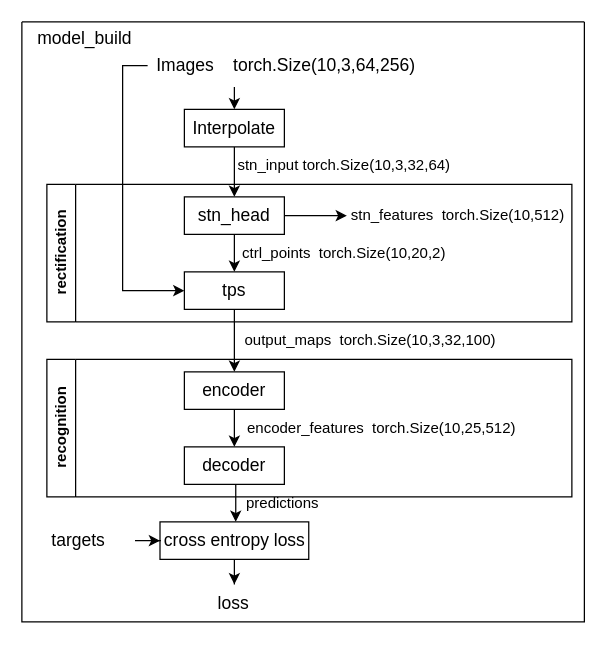
Dong-J93/_pictures keeps this draw.io diagram as thesis_buildmodels.drawio. Above is the earlier version. Source tidied: cells renumbered, new cells numbered last; positions are measured from the earlier drawing's top-left corner, leaving out a move shared by most shapes. Both pictures are drawn from the tidied source at 125%, with x=0, y=0 at pixel (21, 21).
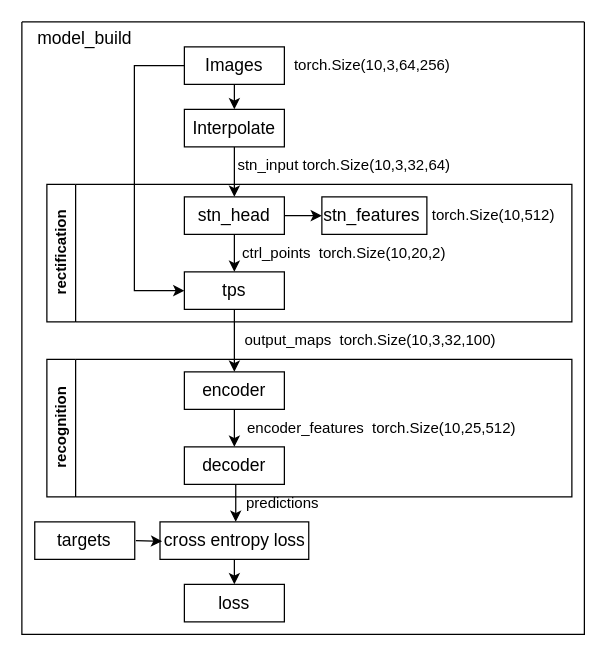
The same page after the edit.

Unchanged cells that the change refers to:
```xml
<mxCell id="5" value="&lt;font style=&quot;font-size: 14px;&quot;&gt;Interpolate&lt;/font&gt;" style="rounded=0;whiteSpace=wrap;html=1;" parent="1" vertex="1">
  <mxGeometry x="130" y="70" width="80" height="30" as="geometry" />
</mxCell>
<mxCell id="8" value="&lt;font style=&quot;font-size: 14px;&quot;&gt;stn_head&lt;/font&gt;" style="whiteSpace=wrap;html=1;rounded=0;" parent="1" vertex="1">
  <mxGeometry x="130" y="140" width="80" height="30" as="geometry" />
</mxCell>
<mxCell id="11" value="&lt;font style=&quot;font-size: 14px;&quot;&gt;tps&lt;/font&gt;" style="whiteSpace=wrap;html=1;rounded=0;" parent="1" vertex="1">
  <mxGeometry x="130" y="200" width="80" height="30" as="geometry" />
</mxCell>
<mxCell id="23" value="&lt;font style=&quot;font-size: 14px;&quot;&gt;cross entropy loss&lt;/font&gt;" style="whiteSpace=wrap;html=1;rounded=0;" parent="13" vertex="1">
  <mxGeometry x="110.5" y="400" width="119" height="30" as="geometry" />
</mxCell>
<mxCell id="30" value="rectification" style="swimlane;horizontal=0;whiteSpace=wrap;html=1;" parent="13" vertex="1">
  <mxGeometry x="20" y="130" width="420" height="110" as="geometry" />
</mxCell>
```

What changed in the source:
```diff
@@
-    <mxCell id="2" style="edgeStyle=orthogonalEdgeStyle;rounded=0;jettySize=auto;html=1;entryX=0.5;entryY=0;entryDx=0;entryDy=0;" parent="1" edge="1" target="5">
-      <mxGeometry relative="1" as="geometry">
-        <mxPoint x="170" y="52" as="sourcePoint" />
-        <Array as="points">
-          <mxPoint x="170" y="52" />
-        </Array>
-      </mxGeometry>
+    <mxCell id="2" style="edgeStyle=orthogonalEdgeStyle;rounded=0;jettySize=auto;html=1;entryX=0.5;entryY=0;entryDx=0;entryDy=0;exitX=0.5;exitY=1;exitDx=0;exitDy=0;" parent="1" edge="1" source="33" target="5">
+      <mxGeometry relative="1" as="geometry" />
     </mxCell>
-    <mxCell id="3" style="edgeStyle=orthogonalEdgeStyle;rounded=0;jettySize=auto;html=1;exitX=0;exitY=0.5;exitDx=0;exitDy=0;entryX=0;entryY=0.5;entryDx=0;entryDy=0;" parent="1" edge="1" source="16" target="11">
-      <mxGeometry relative="1" as="geometry" />
+    <mxCell id="3" style="edgeStyle=orthogonalEdgeStyle;rounded=0;jettySize=auto;html=1;exitX=0;exitY=0.5;exitDx=0;exitDy=0;entryX=0;entryY=0.5;entryDx=0;entryDy=0;" parent="1" edge="1" source="33" target="11">
+      <mxGeometry relative="1" as="geometry">
+        <Array as="points">
+          <mxPoint x="90" y="35" />
+          <mxPoint x="90" y="215" />
+        </Array>
+      </mxGeometry>
     </mxCell>
@@
-    <mxCell id="6" style="edgeStyle=orthogonalEdgeStyle;rounded=0;jettySize=auto;html=1;" parent="1" edge="1" source="8">
-      <mxGeometry relative="1" as="geometry">
-        <mxPoint x="260" y="155" as="targetPoint" />
-      </mxGeometry>
-    </mxCell>
@@
+    <mxCell id="31" style="edgeStyle=orthogonalEdgeStyle;rounded=0;jettySize=auto;html=1;" parent="1" edge="1" source="8" target="32">
+      <mxGeometry relative="1" as="geometry" />
+    </mxCell>
@@
     <mxCell id="13" style="swimlane;startSize=0;" parent="1" vertex="1">
-      <mxGeometry width="450" height="480" as="geometry" />
+      <mxGeometry width="450" height="490" as="geometry" />
     </mxCell>
-    <mxCell id="14" value="stn_features&amp;nbsp; torch.Size(10,512)" style="text;html=1;strokeColor=none;fillColor=none;align=center;verticalAlign=middle;whiteSpace=wrap;rounded=0;" parent="13" vertex="1">
-      <mxGeometry x="261.2" y="140" width="176" height="30" as="geometry" />
-    </mxCell>
@@
-    <mxCell id="16" value="&lt;font style=&quot;font-size: 14px;&quot;&gt;Images&amp;nbsp; &amp;nbsp; torch.Size(10,3,64,256)&lt;/font&gt;" style="text;html=1;strokeColor=none;fillColor=none;align=center;verticalAlign=middle;whiteSpace=wrap;rounded=0;" parent="13" vertex="1">
-      <mxGeometry x="100.6" y="20" width="221.2" height="30" as="geometry" />
+    <mxCell id="16" value="&lt;font style=&quot;font-size: 12px;&quot;&gt;torch.Size(10,3,64,256)&lt;/font&gt;" style="text;html=1;strokeColor=none;fillColor=none;align=center;verticalAlign=middle;whiteSpace=wrap;rounded=0;" parent="13" vertex="1">
+      <mxGeometry x="170" y="20" width="221.2" height="30" as="geometry" />
     </mxCell>
@@
-    <mxCell id="24" style="edgeStyle=orthogonalEdgeStyle;rounded=0;jettySize=auto;html=1;" parent="13" edge="1" source="25" target="23">
-      <mxGeometry relative="1" as="geometry" />
+    <mxCell id="24" style="edgeStyle=orthogonalEdgeStyle;rounded=0;jettySize=auto;html=1;" parent="13" edge="1" target="23">
+      <mxGeometry relative="1" as="geometry">
+        <mxPoint x="91.2" y="415" as="sourcePoint" />
+      </mxGeometry>
     </mxCell>
-    <mxCell id="25" value="&lt;font style=&quot;font-size: 14px;&quot;&gt;targets&lt;/font&gt;" style="text;html=1;strokeColor=none;fillColor=none;align=center;verticalAlign=middle;whiteSpace=wrap;rounded=0;" parent="13" vertex="1">
-      <mxGeometry y="400" width="91.2" height="30" as="geometry" />
-    </mxCell>
-    <mxCell id="26" value="&lt;font style=&quot;font-size: 14px;&quot;&gt;loss&lt;/font&gt;" style="text;html=1;strokeColor=none;fillColor=none;align=center;verticalAlign=middle;whiteSpace=wrap;rounded=0;" parent="13" vertex="1">
-      <mxGeometry x="124.4" y="450" width="91.2" height="30" as="geometry" />
-    </mxCell>
-    <mxCell id="27" style="edgeStyle=orthogonalEdgeStyle;rounded=0;jettySize=auto;html=1;" parent="13" edge="1" source="23" target="26">
-      <mxGeometry relative="1" as="geometry" />
+    <mxCell id="27" style="edgeStyle=orthogonalEdgeStyle;rounded=0;jettySize=auto;html=1;" parent="13" edge="1" source="23">
+      <mxGeometry relative="1" as="geometry">
+        <mxPoint x="170.1" y="450" as="targetPoint" />
+      </mxGeometry>
     </mxCell>
@@
+    <mxCell id="32" value="&lt;font style=&quot;font-size: 14px;&quot;&gt;stn_features&amp;nbsp;&lt;/font&gt;" style="rounded=0;whiteSpace=wrap;html=1;" parent="30" vertex="1">
+      <mxGeometry x="220" y="10" width="84" height="30" as="geometry" />
+    </mxCell>
+    <mxCell id="14" value="torch.Size(10,512)" style="text;html=1;strokeColor=none;fillColor=none;align=center;verticalAlign=middle;whiteSpace=wrap;rounded=0;" parent="30" vertex="1">
+      <mxGeometry x="304" y="10" width="107.2" height="30" as="geometry" />
+    </mxCell>
+    <mxCell id="33" value="&lt;font style=&quot;font-size: 14px;&quot;&gt;Images&lt;/font&gt;" style="rounded=0;whiteSpace=wrap;html=1;" parent="13" vertex="1">
+      <mxGeometry x="130" y="20" width="80" height="30" as="geometry" />
+    </mxCell>
+    <mxCell id="25" value="&lt;font style=&quot;font-size: 14px;&quot;&gt;targets&lt;/font&gt;" style="rounded=0;whiteSpace=wrap;html=1;" parent="13" vertex="1">
+      <mxGeometry x="10.3" y="400" width="80" height="30" as="geometry" />
+    </mxCell>
+    <mxCell id="26" value="&lt;font style=&quot;font-size: 14px;&quot;&gt;loss&lt;/font&gt;" style="rounded=0;whiteSpace=wrap;html=1;" parent="13" vertex="1">
+      <mxGeometry x="130" y="450" width="80" height="30" as="geometry" />
+    </mxCell>
```
